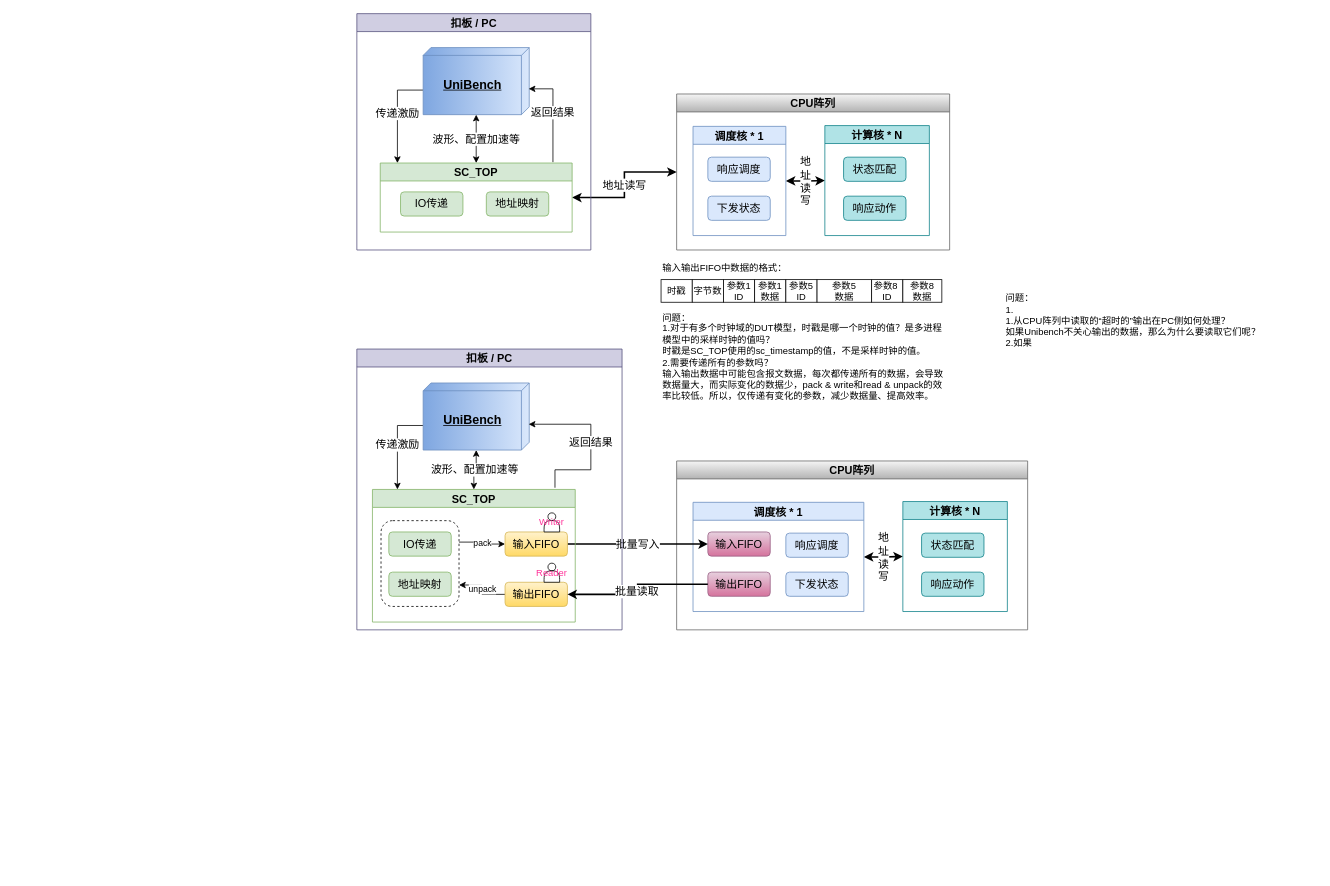
Above: verilator_digrams/aync_comm.drawio in Dercury/CLDK (draw.io), before the change. Source tidied: cells renumbered, new cells numbered last; positions are measured from the earlier drawing's top-left corner, leaving out a move shared by most shapes. Both pictures are drawn from the tidied source at 78%, with x=0, y=0 at pixel (356, 13).
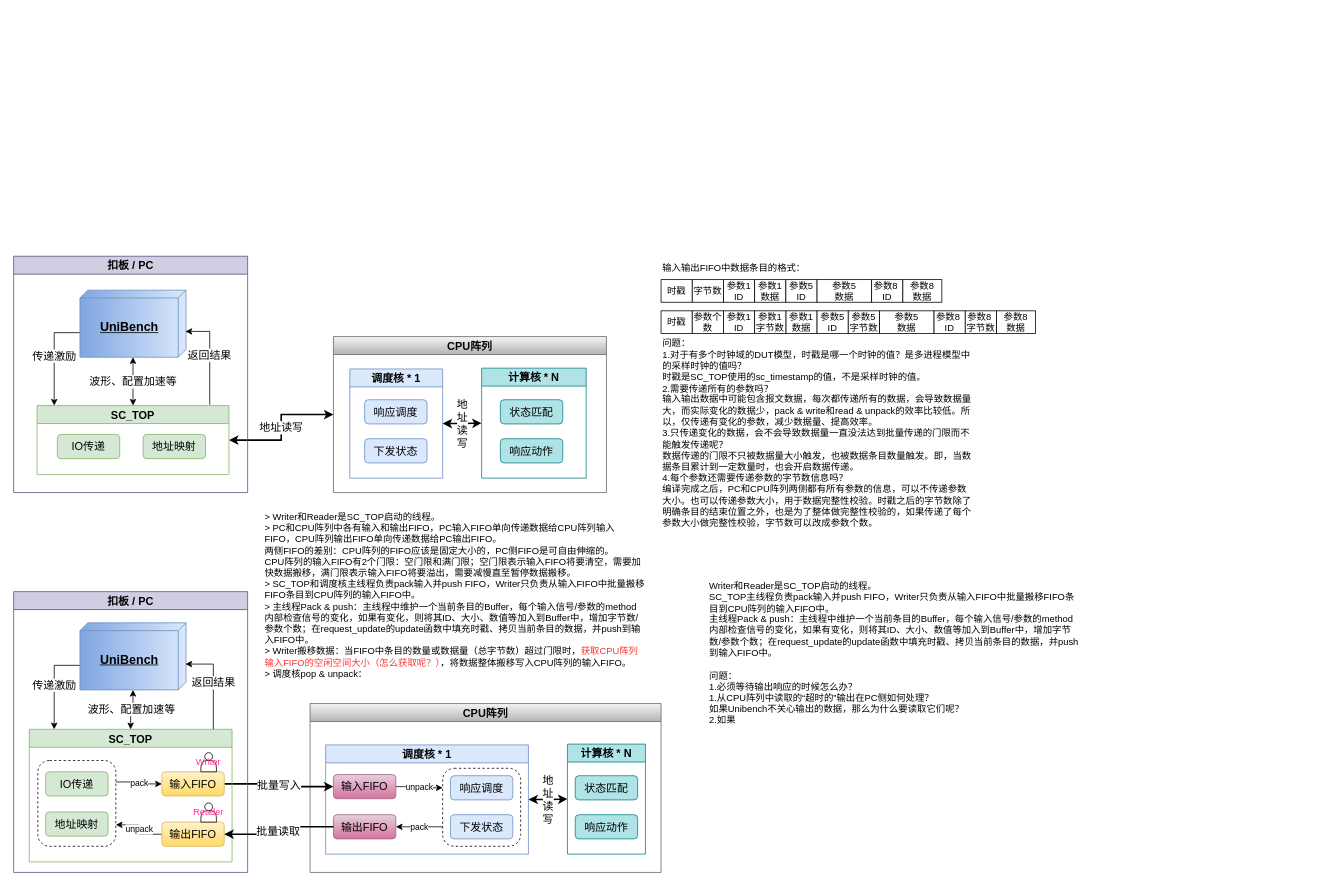
The same page after the edit.

Change to the diagram source:
```diff
@@
     <mxCell id="2" value="CPU阵列" style="swimlane;fontSize=14;fillColor=#f5f5f5;strokeColor=#666666;gradientColor=#b3b3b3;" parent="1" vertex="1">
-      <mxGeometry x="410" y="103" width="350" height="200" as="geometry" />
+      <mxGeometry x="-30" y="414" width="350" height="200" as="geometry" />
     </mxCell>
@@
     <mxCell id="11" value="扣板 / PC" style="swimlane;fontSize=14;fillColor=#d0cee2;strokeColor=#56517e;" parent="1" vertex="1">
-      <mxGeometry width="300" height="303" as="geometry" />
+      <mxGeometry x="-440" y="311" width="300" height="303" as="geometry" />
     </mxCell>
@@
     <mxCell id="19" value="CPU阵列" style="swimlane;fontSize=14;fillColor=#f5f5f5;strokeColor=#666666;gradientColor=#b3b3b3;" parent="1" vertex="1">
-      <mxGeometry x="410" y="573.5" width="450" height="216.5" as="geometry" />
+      <mxGeometry x="-60" y="884.5" width="450" height="216.5" as="geometry" />
     </mxCell>
@@
     <mxCell id="21" value="调度核 * 1" style="swimlane;fontSize=14;fillColor=#dae8fc;strokeColor=#6c8ebf;" parent="19" vertex="1">
-      <mxGeometry x="21" y="53" width="219" height="140" as="geometry" />
+      <mxGeometry x="20" y="53" width="260" height="140" as="geometry" />
     </mxCell>
     <mxCell id="22" value="响应调度" style="rounded=1;whiteSpace=wrap;html=1;fontSize=14;fillColor=#dae8fc;strokeColor=#6c8ebf;" parent="21" vertex="1">
-      <mxGeometry x="119" y="39.5" width="80" height="31" as="geometry" />
+      <mxGeometry x="160" y="39.5" width="80" height="31" as="geometry" />
     </mxCell>
     <mxCell id="23" value="下发状态" style="rounded=1;whiteSpace=wrap;html=1;fontSize=14;fillColor=#dae8fc;strokeColor=#6c8ebf;" parent="21" vertex="1">
-      <mxGeometry x="119" y="89.5" width="80" height="31" as="geometry" />
+      <mxGeometry x="160" y="89.5" width="80" height="31" as="geometry" />
     </mxCell>
+    <mxCell id="57" value="unpack" style="edgeStyle=orthogonalEdgeStyle;rounded=0;jettySize=auto;html=1;exitX=1;exitY=0.5;exitDx=0;exitDy=0;entryX=0;entryY=0.25;entryDx=0;entryDy=0;" parent="21" edge="1" source="24" target="59">
+      <mxGeometry relative="1" as="geometry" />
+    </mxCell>
     <mxCell id="24" value="输入FIFO" style="rounded=1;whiteSpace=wrap;html=1;fontSize=14;fillColor=#e6d0de;strokeColor=#996185;gradientColor=#d5739d;" parent="21" vertex="1">
-      <mxGeometry x="19" y="38" width="80" height="31" as="geometry" />
+      <mxGeometry x="10" y="38" width="80" height="31" as="geometry" />
     </mxCell>
     <mxCell id="25" value="输出FIFO" style="rounded=1;whiteSpace=wrap;html=1;fontSize=14;fillColor=#e6d0de;strokeColor=#996185;gradientColor=#d5739d;" parent="21" vertex="1">
-      <mxGeometry x="19" y="89.5" width="80" height="31" as="geometry" />
+      <mxGeometry x="10" y="89.5" width="80" height="31" as="geometry" />
     </mxCell>
+    <mxCell id="58" value="pack" style="edgeStyle=orthogonalEdgeStyle;rounded=0;jettySize=auto;html=1;exitX=0;exitY=0.75;exitDx=0;exitDy=0;entryX=1;entryY=0.5;entryDx=0;entryDy=0;" parent="21" edge="1" source="59" target="25">
+      <mxGeometry relative="1" as="geometry" />
+    </mxCell>
+    <mxCell id="59" style="rounded=1;whiteSpace=wrap;html=1;fillColor=none;dashed=1;" parent="21" vertex="1">
+      <mxGeometry x="150" y="30" width="100" height="100" as="geometry" />
+    </mxCell>
     <mxCell id="26" value="计算核 * N" style="swimlane;fontSize=14;fillColor=#b0e3e6;strokeColor=#0e8088;" parent="19" vertex="1">
-      <mxGeometry x="290" y="52" width="134" height="141" as="geometry" />
+      <mxGeometry x="330" y="52" width="100" height="141" as="geometry" />
     </mxCell>
     <mxCell id="27" value="状态匹配" style="rounded=1;whiteSpace=wrap;html=1;fontSize=14;fillColor=#b0e3e6;strokeColor=#0e8088;" parent="26" vertex="1">
-      <mxGeometry x="24" y="40.5" width="80" height="31" as="geometry" />
+      <mxGeometry x="10" y="40.5" width="80" height="31" as="geometry" />
     </mxCell>
     <mxCell id="28" value="响应动作" style="rounded=1;whiteSpace=wrap;html=1;fontSize=14;fillColor=#b0e3e6;strokeColor=#0e8088;" parent="26" vertex="1">
-      <mxGeometry x="24" y="90.5" width="80" height="31" as="geometry" />
+      <mxGeometry x="10" y="90.5" width="80" height="31" as="geometry" />
     </mxCell>
@@
     <mxCell id="30" value="扣板 / PC" style="swimlane;fontSize=14;fillColor=#d0cee2;strokeColor=#56517e;" parent="1" vertex="1">
-      <mxGeometry y="430" width="340" height="360" as="geometry" />
+      <mxGeometry x="-440" y="741" width="300" height="360" as="geometry" />
     </mxCell>
     <mxCell id="31" value="SC_TOP" style="swimlane;fontSize=14;fillColor=#d5e8d4;strokeColor=#82b366;" parent="30" vertex="1">
-      <mxGeometry x="20" y="180" width="260" height="170" as="geometry" />
+      <mxGeometry x="20" y="176.5" width="260" height="170" as="geometry" />
     </mxCell>
@@
     <mxCell id="41" value="传递激励" style="edgeStyle=orthogonalEdgeStyle;rounded=0;jettySize=auto;html=1;fontSize=14;startArrow=none;startFill=0;" parent="30" edge="1" source="43" target="31">
       <mxGeometry relative="1" as="geometry">
         <Array as="points">
-          <mxPoint x="52" y="98" />
+          <mxPoint x="52" y="94.5" />
         </Array>
       </mxGeometry>
     </mxCell>
@@
     <mxCell id="43" value="UniBench" style="verticalAlign=middle;align=center;spacingTop=8;spacingLeft=2;spacingRight=12;shape=cube;size=10;direction=south;fontStyle=5;html=1;fontSize=16;fillColor=#dae8fc;gradientColor=#7ea6e0;strokeColor=#6c8ebf;" parent="30" vertex="1">
-      <mxGeometry x="85" y="43.5" width="136" height="86" as="geometry" />
+      <mxGeometry x="85" y="40" width="136" height="86" as="geometry" />
     </mxCell>
-    <mxCell id="44" value="返回结果" style="edgeStyle=orthogonalEdgeStyle;rounded=0;jettySize=auto;html=1;fontSize=14;startArrow=none;startFill=0;exitX=0.9;exitY=-0.013;exitDx=0;exitDy=0;entryX=0.615;entryY=0.005;entryDx=0;entryDy=0;entryPerimeter=0;exitPerimeter=0;" parent="30" edge="1" source="31" target="43">
-      <mxGeometry relative="1" as="geometry" />
+    <mxCell id="44" value="返回结果" style="edgeStyle=orthogonalEdgeStyle;rounded=0;jettySize=auto;html=1;fontSize=14;startArrow=none;startFill=0;entryX=0.615;entryY=0.005;entryDx=0;entryDy=0;entryPerimeter=0;" parent="30" edge="1" source="31" target="43">
+      <mxGeometry relative="1" as="geometry">
+        <Array as="points">
+          <mxPoint x="256" y="92.5" />
+        </Array>
+      </mxGeometry>
     </mxCell>
@@
-    <mxCell id="46" value="&lt;div&gt;&lt;span style=&quot;background-color: initial;&quot;&gt;问题：&lt;/span&gt;&lt;br&gt;&lt;/div&gt;&lt;div&gt;1.&lt;/div&gt;&lt;div&gt;1.从CPU阵列中读取的“超时的”输出在PC侧如何处理？&lt;/div&gt;如果Unibench不关心输出的数据，那么为什么要读取它们呢？&lt;div&gt;2.如果&lt;br&gt;&lt;div&gt;&lt;br&gt;&lt;/div&gt;&lt;/div&gt;" style="text;html=1;align=left;verticalAlign=middle;whiteSpace=wrap;rounded=0;" parent="1" vertex="1">
-      <mxGeometry x="830" y="326" width="400" height="150" as="geometry" />
+    <mxCell id="46" value="&lt;div&gt;&lt;span style=&quot;background-color: initial;&quot;&gt;Writer和Reader是SC_TOP启动的线程。&lt;/span&gt;&lt;/div&gt;&lt;div&gt;&lt;span style=&quot;background-color: initial;&quot;&gt;SC_TOP主线程负责pack输入并push FIFO，Writer只负责从输入FIFO中批量搬移FIFO条目到CPU阵列的输入FIFO中。&lt;/span&gt;&lt;/div&gt;&lt;div&gt;&lt;span style=&quot;background-color: initial;&quot;&gt;主线程Pack &amp;amp; push：主线程中维护一个当前条目的Buffer，每个输入信号/参数的method内部检查信号的变化，如果有变化，则将其ID、大小、数值等加入到Buffer中，增加字节数/参数个数；在request_update的update函数中填充时戳、拷贝当前条目的数据，并push到输入FIFO中。&lt;/span&gt;&lt;/div&gt;&lt;div&gt;&lt;span style=&quot;background-color: initial;&quot;&gt;&lt;br&gt;&lt;/span&gt;&lt;/div&gt;&lt;div&gt;&lt;span style=&quot;background-color: initial;&quot;&gt;问题：&lt;/span&gt;&lt;br&gt;&lt;/div&gt;&lt;div&gt;1.必须等待输出响应的时候怎么办？&lt;/div&gt;&lt;div&gt;1.从CPU阵列中读取的“超时的”输出在PC侧如何处理？&lt;/div&gt;如果Unibench不关心输出的数据，那么为什么要读取它们呢？&lt;div&gt;2.如果&lt;br&gt;&lt;div&gt;&lt;br&gt;&lt;/div&gt;&lt;/div&gt;" style="text;html=1;align=left;verticalAlign=middle;whiteSpace=wrap;rounded=0;" parent="1" vertex="1">
+      <mxGeometry x="450" y="712" width="480" height="230" as="geometry" />
     </mxCell>
@@
-    <mxCell id="55" value="&lt;span style=&quot;&quot;&gt;输入输出FIFO中数据的格式：&lt;/span&gt;" style="text;html=1;align=left;verticalAlign=middle;whiteSpace=wrap;rounded=0;" parent="1" vertex="1">
+    <mxCell id="55" value="&lt;span style=&quot;&quot;&gt;输入输出FIFO中数据条目的格式：&lt;/span&gt;" style="text;html=1;align=left;verticalAlign=middle;whiteSpace=wrap;rounded=0;" parent="1" vertex="1">
       <mxGeometry x="390" y="311" width="370" height="30" as="geometry" />
     </mxCell>
-    <mxCell id="56" value="&lt;span style=&quot;&quot;&gt;问题：&lt;/span&gt;&lt;div&gt;&lt;span style=&quot;&quot;&gt;1.对于有多个时钟域的DUT模型，时戳是哪一个时钟的值？是多进程模型中的采样时钟的值吗？&lt;/span&gt;&lt;/div&gt;&lt;div&gt;时戳是SC_TOP使用的sc_timestamp的值，不是采样时钟的值。&lt;/div&gt;&lt;div&gt;2.需要传递所有的参数吗？&lt;/div&gt;&lt;div&gt;输入输出数据中可能包含报文数据，每次都传递所有的数据，会导致数据量大，而实际变化的数据少，pack &amp;amp; write和read &amp;amp; unpack的效率比较低。所以，仅传递有变化的参数，减少数据量、提高效率。&lt;/div&gt;" style="text;html=1;align=left;verticalAlign=middle;whiteSpace=wrap;rounded=0;" parent="1" vertex="1">
-      <mxGeometry x="390" y="380" width="370" height="120" as="geometry" />
+    <mxCell id="56" value="&lt;span style=&quot;&quot;&gt;问题：&lt;/span&gt;&lt;div&gt;&lt;span style=&quot;&quot;&gt;1.对于有多个时钟域的DUT模型，时戳是哪一个时钟的值？是多进程模型中的采样时钟的值吗？&lt;/span&gt;&lt;/div&gt;&lt;div&gt;时戳是SC_TOP使用的sc_timestamp的值，不是采样时钟的值。&lt;/div&gt;&lt;div&gt;2.需要传递所有的参数吗？&lt;/div&gt;&lt;div&gt;输入输出数据中可能包含报文数据，每次都传递所有的数据，会导致数据量大，而实际变化的数据少，pack &amp;amp; write和read &amp;amp; unpack的效率比较低。所以，仅传递有变化的参数，减少数据量、提高效率。&lt;/div&gt;&lt;div&gt;3.只传递变化的数据，会不会导致数据量一直没法达到批量传递的门限而不能触发传递呢？&lt;/div&gt;&lt;div&gt;数据传递的门限不只被数据量大小触发，也被数据条目数量触发。即，当数据条目累计到一定数量时，也会开启数据传递。&lt;/div&gt;&lt;div&gt;4.每个参数还需要传递参数的字节数信息吗？&lt;/div&gt;&lt;div&gt;编译完成之后，PC和CPU阵列两侧都有&lt;span style=&quot;background-color: initial;&quot;&gt;所有&lt;/span&gt;&lt;span style=&quot;background-color: initial;&quot;&gt;参数的信息，可以不传递参数大小。也可以传递参数大小，用于数据完整性校验。时戳之后的字节数除了明确条目的结束位置之外，也是为了整体做完整性校验的，如果传递了每个参数大小做完整性校验，字节数可以改成参数个数。&lt;/span&gt;&lt;/div&gt;" style="text;html=1;align=left;verticalAlign=middle;whiteSpace=wrap;rounded=0;" parent="1" vertex="1">
+      <mxGeometry x="390" y="414" width="400" height="247" as="geometry" />
     </mxCell>
+    <mxCell id="60" value="时戳" style="rounded=0;whiteSpace=wrap;html=1;" parent="1" vertex="1">
+      <mxGeometry x="390" y="381" width="40" height="29" as="geometry" />
+    </mxCell>
+    <mxCell id="61" value="参数个数" style="rounded=0;whiteSpace=wrap;html=1;" parent="1" vertex="1">
+      <mxGeometry x="430" y="381" width="40" height="29" as="geometry" />
+    </mxCell>
+    <mxCell id="62" value="参数1&lt;div&gt;ID&lt;/div&gt;" style="rounded=0;whiteSpace=wrap;html=1;" parent="1" vertex="1">
+      <mxGeometry x="470" y="381" width="40" height="29" as="geometry" />
+    </mxCell>
+    <mxCell id="63" value="参数1&lt;div&gt;数据&lt;/div&gt;" style="rounded=0;whiteSpace=wrap;html=1;" parent="1" vertex="1">
+      <mxGeometry x="550" y="381" width="40" height="29" as="geometry" />
+    </mxCell>
+    <mxCell id="64" value="参数5&lt;div&gt;ID&lt;/div&gt;" style="rounded=0;whiteSpace=wrap;html=1;" parent="1" vertex="1">
+      <mxGeometry x="590" y="381" width="40" height="29" as="geometry" />
+    </mxCell>
+    <mxCell id="65" value="参数5&lt;div&gt;&lt;span style=&quot;background-color: initial;&quot;&gt;数据&lt;/span&gt;&lt;/div&gt;" style="rounded=0;whiteSpace=wrap;html=1;" parent="1" vertex="1">
+      <mxGeometry x="670" y="381" width="70" height="29" as="geometry" />
+    </mxCell>
+    <mxCell id="66" value="参数8&amp;nbsp;&lt;div&gt;ID&lt;/div&gt;" style="rounded=0;whiteSpace=wrap;html=1;" parent="1" vertex="1">
+      <mxGeometry x="740" y="381" width="40" height="29" as="geometry" />
+    </mxCell>
+    <mxCell id="67" value="参数8&lt;div&gt;数&lt;span style=&quot;background-color: initial;&quot;&gt;据&lt;/span&gt;&lt;/div&gt;" style="rounded=0;whiteSpace=wrap;html=1;" parent="1" vertex="1">
+      <mxGeometry x="820" y="381" width="50" height="29" as="geometry" />
+    </mxCell>
+    <mxCell id="68" value="参数1&lt;div&gt;字节数&lt;/div&gt;" style="rounded=0;whiteSpace=wrap;html=1;" parent="1" vertex="1">
+      <mxGeometry x="510" y="381" width="40" height="29" as="geometry" />
+    </mxCell>
+    <mxCell id="69" value="参数5&lt;div&gt;字节数&lt;/div&gt;" style="rounded=0;whiteSpace=wrap;html=1;" parent="1" vertex="1">
+      <mxGeometry x="630" y="381" width="40" height="29" as="geometry" />
+    </mxCell>
+    <mxCell id="70" value="参数8&amp;nbsp;&lt;div&gt;字节数&lt;/div&gt;" style="rounded=0;whiteSpace=wrap;html=1;" parent="1" vertex="1">
+      <mxGeometry x="780" y="381" width="40" height="29" as="geometry" />
+    </mxCell>
+    <mxCell id="71" value="&lt;div&gt;&lt;span style=&quot;background-color: initial;&quot;&gt;&amp;gt; Writer和Reader是SC_TOP启动的线程。&lt;/span&gt;&lt;/div&gt;&lt;div&gt;&lt;span style=&quot;background-color: initial;&quot;&gt;&amp;gt; PC和CPU阵列中各有输入和输出FIFO，PC输入FIFO单向传递数据给CPU阵列输入FIFO，CPU阵列输出FIFO单向传递数据给PC输出FIFO。&lt;/span&gt;&lt;br&gt;&lt;/div&gt;&lt;div&gt;两侧FIFO的差别：&lt;span style=&quot;background-color: initial;&quot;&gt;CPU阵列的FIFO应该是固定大小的，&lt;/span&gt;&lt;span style=&quot;background-color: initial;&quot;&gt;PC侧FIFO&lt;/span&gt;&lt;span style=&quot;background-color: initial;&quot;&gt;是可自由伸缩的。&lt;/span&gt;&lt;/div&gt;&lt;div&gt;CPU阵列的输入FIFO有2个门限：空门限和满门限；空门限表示输入FIFO将要清空，需要加快数据搬移，满门限表示输入FIFO将要溢出，需要减慢直至暂停数据搬移。&lt;br&gt;&lt;/div&gt;&lt;div&gt;&amp;gt;&amp;nbsp;&lt;span style=&quot;background-color: initial;&quot;&gt;SC_TOP和调度核主线程负责pack输入并push FIFO，Writer只负责从输入FIFO中批量搬移FIFO条目到CPU阵列的输入FIFO中。&lt;/span&gt;&lt;/div&gt;&lt;div&gt;&lt;span style=&quot;background-color: initial;&quot;&gt;&amp;gt; 主线程Pack &amp;amp; push：主线程中维护一个当前条目的Buffer，每个输入信号/参数的method内部检查信号的变化，如果有变化，则将其ID、大小、数值等加入到Buffer中，增加字节数/参数个数；在request_update的update函数中填充时戳、拷贝当前条目的数据，并push到输入FIFO中。&lt;/span&gt;&lt;/div&gt;&lt;div&gt;&amp;gt; Writer搬移数据：当FIFO中条目的数量或数据量（总字节数）超过门限时，&lt;font color=&quot;#ff3333&quot;&gt;获取CPU阵列输入FIFO的空闲空间大小（怎么获取呢？）&lt;/font&gt;，将数据整体搬移写入CPU阵列的输入FIFO。&lt;/div&gt;&lt;div&gt;&amp;gt; 调度核pop &amp;amp; unpack：&lt;/div&gt;" style="text;html=1;align=left;verticalAlign=middle;whiteSpace=wrap;rounded=0;" parent="1" vertex="1">
+      <mxGeometry x="-120" y="621" width="490" height="250" as="geometry" />
+    </mxCell>
```
